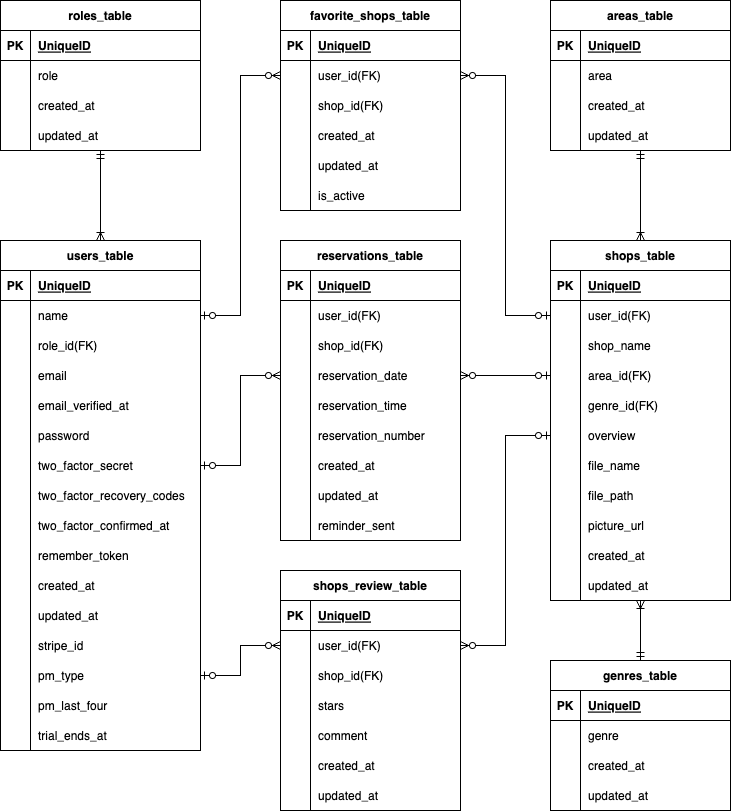
This is src/ER_drawing.drawio.png from hirokam/Rese_dev, a draw.io export, as it was before one commit. Source tidied: cells renumbered, new cells last; positions are measured from the earlier drawing's top-left corner, leaving out a move shared by most shapes.
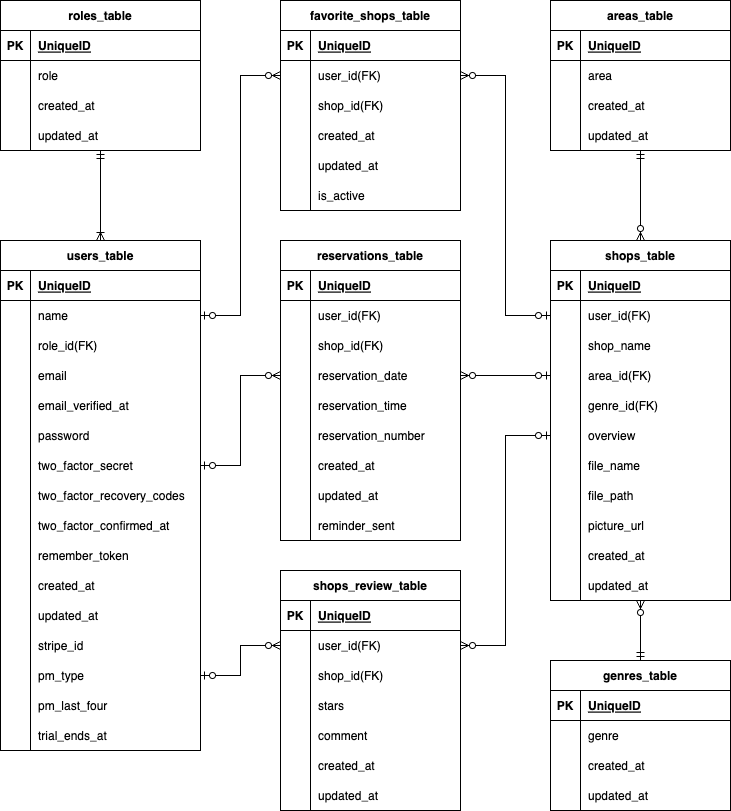
After the commit.

What changed in the source:
```diff
@@ -554,16 +554,6 @@
     <mxCell id="185" value="updated_at" style="shape=partialRectangle;fillColor=none;top=0;left=0;bottom=0;right=0;align=left;spacingLeft=6;overflow=hidden;" parent="183" vertex="1">
       <mxGeometry x="30" width="150" height="30" as="geometry" />
     </mxCell>
-    <mxCell id="186" style="fontSize=12;html=1;endArrow=ERoneToMany;startArrow=ERmandOne;entryX=0.5;entryY=0;entryDx=0;entryDy=0;" parent="1" edge="1" target="51">
-      <mxGeometry relative="1" as="geometry">
-        <mxPoint x="640" y="150" as="sourcePoint" />
-      </mxGeometry>
-    </mxCell>
-    <mxCell id="187" style="fontSize=12;html=1;endArrow=ERoneToMany;startArrow=ERmandOne;exitX=0.5;exitY=0;exitDx=0;exitDy=0;" parent="1" edge="1" source="173">
-      <mxGeometry relative="1" as="geometry">
-        <mxPoint x="640" y="600" as="targetPoint" />
-      </mxGeometry>
-    </mxCell>
     <mxCell id="188" value="roles_table" style="shape=table;startSize=30;rowLines=0;fontStyle=1;align=center;" parent="1" vertex="1">
       <mxGeometry width="200" height="150" as="geometry" />
     </mxCell>
@@ -608,5 +598,11 @@
         <mxPoint x="100" y="150" as="sourcePoint" />
       </mxGeometry>
     </mxCell>
+    <mxCell id="202" style="fontSize=12;html=1;endArrow=ERzeroToMany;startArrow=ERmandOne;rounded=0;exitX=0.5;exitY=1;exitDx=0;exitDy=0;exitPerimeter=0;entryX=0.5;entryY=0;entryDx=0;entryDy=0;" parent="1" edge="1" source="170" target="51">
+      <mxGeometry relative="1" as="geometry" />
+    </mxCell>
+    <mxCell id="203" style="fontSize=12;html=1;endArrow=ERzeroToMany;startArrow=ERmandOne;rounded=0;entryX=0.5;entryY=1;entryDx=0;entryDy=0;entryPerimeter=0;exitX=0.5;exitY=0;exitDx=0;exitDy=0;" parent="1" edge="1" source="173" target="82">
+      <mxGeometry relative="1" as="geometry" />
+    </mxCell>
   </root>
 </mxGraphModel>
```
